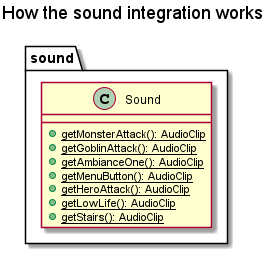
Earlier version of the PlantUML export doc/4_sprint/diagrams/class/sound.png (Reynault/ACL_2019_Zelpop).
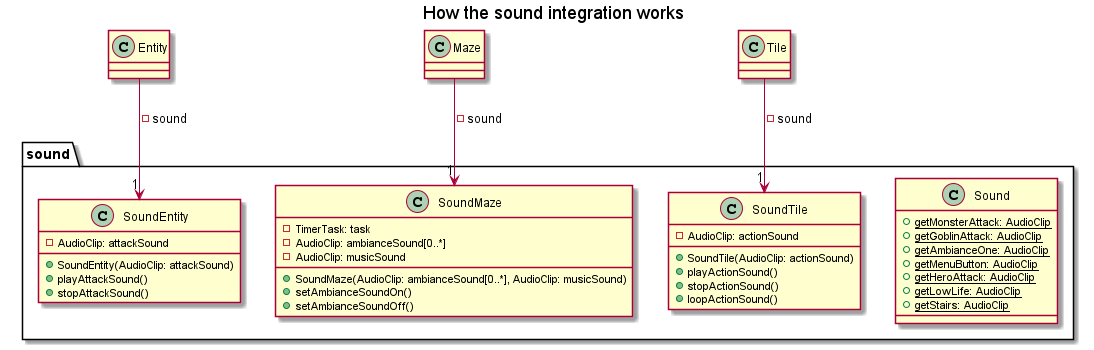
The same file after the commit.

Commit message:
Third sprint: modifying sound conception

Change to the diagram source:
```diff
@@ -5,15 +5,59 @@
 package sound{
 
     class Sound{
-        + {static} getMonsterAttack(): AudioClip
-        + {static} getGoblinAttack(): AudioClip
-        + {static} getAmbianceOne(): AudioClip
-        + {static} getMenuButton(): AudioClip
-        + {static} getHeroAttack(): AudioClip
-        + {static} getLowLife(): AudioClip
-        + {static} getStairs(): AudioClip
+        + {static} getMonsterAttack: AudioClip
+        + {static} getGoblinAttack: AudioClip
+        + {static} getAmbianceOne: AudioClip
+        + {static} getMenuButton: AudioClip
+        + {static} getHeroAttack: AudioClip
+        + {static} getLowLife: AudioClip
+        + {static} getStairs: AudioClip
     }
+
+    class SoundEntity{
+        - AudioClip: attackSound
+
+        + SoundEntity(AudioClip: attackSound)
+        + playAttackSound()
+        + stopAttackSound()
+    }
+
+
+    class SoundTile{
+        - AudioClip: actionSound
+
+        + SoundTile(AudioClip: actionSound)
+        + playActionSound()
+        + stopActionSound()
+        + loopActionSound()
+    }
+
+    class SoundMaze{
+        - TimerTask: task
+        - AudioClip: ambianceSound[0..*]
+        - AudioClip: musicSound
+
+        + SoundMaze(AudioClip: ambianceSound[0..*], AudioClip: musicSound)
+        + setAmbianceSoundOn()
+        + setAmbianceSoundOff()
+    }
+}
+
+
+class Entity{
 
 }
 
+class Maze{
+
+}
+
+class Tile{
+
+}
+
+Entity --> "1" SoundEntity: -sound
+Tile --> "1" SoundTile: -sound
+Maze --> "1" SoundMaze: -sound
+
 @enduml
```
